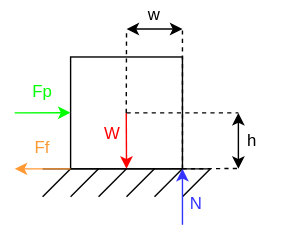
This is prototype/tipping.drawio.svg from dennuguyen/desn2000, a draw.io export, as it was before one commit. Source tidied: cells renumbered, new cells last; positions are measured from the earlier drawing's top-left corner, leaving out a move shared by most shapes.
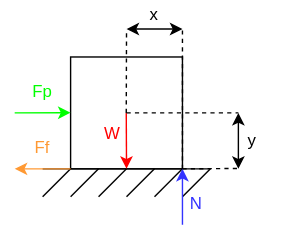
After the change.

Commit message:
Clean up tipping calc. Do tipping angle calc.

Diff of the diagram source:
```diff
@@ -101,7 +101,7 @@
         <mxPoint x="170" y="119.7" as="targetPoint" />
       </mxGeometry>
     </mxCell>
-    <mxCell id="21" value="h" style="text;html=1;strokeColor=none;fillColor=none;align=center;verticalAlign=middle;whiteSpace=wrap;rounded=0;" parent="1" vertex="1">
+    <mxCell id="21" value="y" style="text;html=1;strokeColor=none;fillColor=none;align=center;verticalAlign=middle;whiteSpace=wrap;rounded=0;" parent="1" vertex="1">
       <mxGeometry x="150" y="90" width="60" height="20" as="geometry" />
     </mxCell>
     <mxCell id="22" style="endArrow=none;dashed=1;html=1;" parent="1" edge="1">
@@ -122,7 +122,7 @@
         <mxPoint x="90" y="20" as="targetPoint" />
       </mxGeometry>
     </mxCell>
-    <mxCell id="25" value="w" style="text;html=1;strokeColor=none;fillColor=none;align=center;verticalAlign=middle;whiteSpace=wrap;rounded=0;" parent="1" vertex="1">
+    <mxCell id="25" value="x" style="text;html=1;strokeColor=none;fillColor=none;align=center;verticalAlign=middle;whiteSpace=wrap;rounded=0;" parent="1" vertex="1">
       <mxGeometry x="80" width="60" height="20" as="geometry" />
     </mxCell>
   </root>
```
